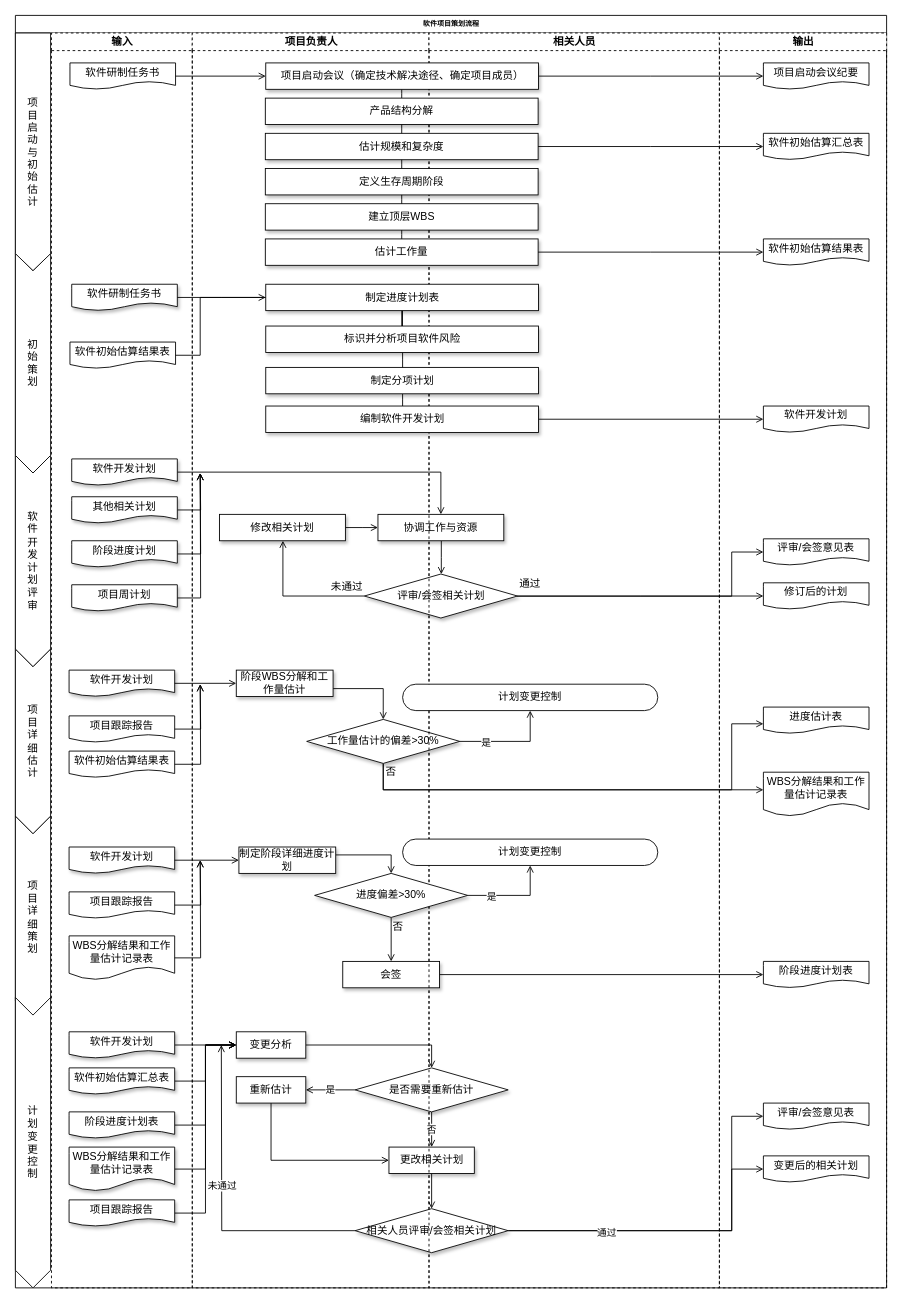
Above: 国军标5000A-文审-项目策划过程域.drawio in ColonelDarcy2018/excelsior (draw.io), before the change. Source tidied: cells renumbered, new cells numbered last; positions are measured from the earlier drawing's top-left corner, leaving out a move shared by most shapes. Both pictures are drawn from the tidied source at 88%, with x=0, y=0 at pixel (15, 15).
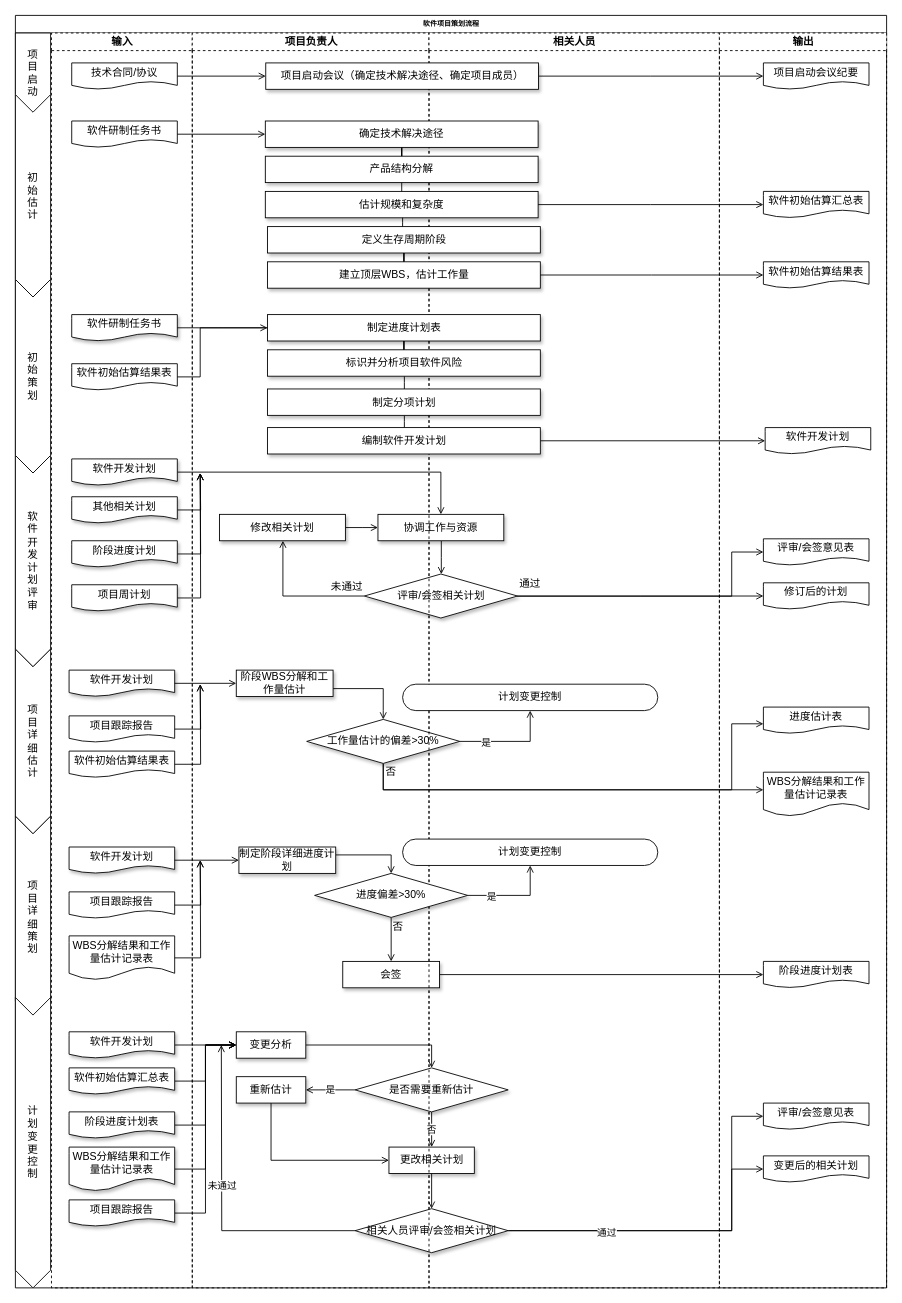
The same page after the edit.

Commit message:
Update 国军标5000A-文审-项目策划过程域.drawio

The change refers to these unchanged cells:
```xml
<mxCell id="3" style="group;" parent="2" vertex="1">
  <mxGeometry y="20" width="41" height="1426" as="geometry" />
</mxCell>
<mxCell id="19" value="输入" style="swimlane;html=1;startSize=20;dashed=1;" parent="2" vertex="1">
  <mxGeometry x="41" y="20" width="160" height="1426" as="geometry" />
</mxCell>
<mxCell id="67" value="输出" style="swimlane;html=1;startSize=20;dashed=1;" parent="2" vertex="1">
  <mxGeometry x="800" y="20" width="190" height="1426" as="geometry" />
</mxCell>
<mxCell id="84" value="项目启动会议（确定技术解决途径、确定项目成员）" style="rounded=0;whiteSpace=wrap;html=1;shadow=1;fontSize=12;" parent="1" vertex="1">
  <mxGeometry x="284.5" y="54" width="310" height="30" as="geometry" />
</mxCell>
```

The edit, as a diff of the source:
```diff
@@
     <mxCell id="6" value="初&lt;br&gt;始&lt;br&gt;策&lt;br&gt;划" style="shape=step;perimeter=stepPerimeter;whiteSpace=wrap;html=1;fixedSize=1;size=20;direction=south;" parent="3" vertex="1">
-      <mxGeometry y="250" width="40" height="250" as="geometry" />
+      <mxGeometry y="280" width="40" height="220" as="geometry" />
     </mxCell>
-    <mxCell id="7" value="项&#10;目&#10;启&#10;动&#10;与&#10;初&#10;始&#10;估&#10;计" style="shape=offPageConnector;size=0.07142857142857142;flipV=0;horizontal=1;" parent="3" vertex="1">
-      <mxGeometry width="40" height="270" as="geometry" />
+    <mxCell id="7" value="初&#10;始&#10;估&#10;计" style="shape=offPageConnector;size=0.08695652173913043;flipV=0;horizontal=1;" parent="3" vertex="1">
+      <mxGeometry y="70" width="40" height="230" as="geometry" />
     </mxCell>
@@
+    <mxCell id="128" value="项&#10;目&#10;启&#10;动" style="shape=offPageConnector;size=0.2222222222222222;flipV=0;horizontal=1;" parent="3" vertex="1">
+      <mxGeometry width="40" height="90" as="geometry" />
+    </mxCell>
@@
     <mxCell id="20" value="软件初始估算结果表" style="shape=document;whiteSpace=wrap;html=1;boundedLbl=1;fontSize=12;" parent="19" vertex="1">
-      <mxGeometry x="21" y="351.2" width="120" height="30" as="geometry" />
+      <mxGeometry x="23" y="375.8" width="120" height="30" as="geometry" />
     </mxCell>
-    <mxCell id="21" value="软件研制任务书" style="shape=document;whiteSpace=wrap;html=1;boundedLbl=1;fontSize=12;" parent="19" vertex="1">
-      <mxGeometry x="21" y="34" width="120" height="30" as="geometry" />
-    </mxCell>
@@
+    <mxCell id="129" value="技术合同/协议" style="shape=document;whiteSpace=wrap;html=1;boundedLbl=1;fontSize=12;" parent="19" vertex="1">
+      <mxGeometry x="23" y="34" width="120" height="30" as="geometry" />
+    </mxCell>
+    <mxCell id="21" value="软件研制任务书" style="shape=document;whiteSpace=wrap;html=1;boundedLbl=1;fontSize=12;" parent="19" vertex="1">
+      <mxGeometry x="23" y="100" width="120" height="30" as="geometry" />
+    </mxCell>
@@
-    <mxCell id="69" value="软件初始估算结果表" style="shape=document;whiteSpace=wrap;html=1;boundedLbl=1;fontSize=12;" parent="67" vertex="1">
-      <mxGeometry x="50" y="234" width="120" height="30" as="geometry" />
-    </mxCell>
     <mxCell id="70" value="软件开发计划" style="shape=document;whiteSpace=wrap;html=1;boundedLbl=1;fontSize=12;" parent="67" vertex="1">
-      <mxGeometry x="50" y="423.9" width="120" height="30" as="geometry" />
+      <mxGeometry x="52" y="448.4" width="120" height="30" as="geometry" />
     </mxCell>
-    <mxCell id="71" value="软件初始估算汇总表" style="shape=document;whiteSpace=wrap;html=1;boundedLbl=1;fontSize=12;" parent="67" vertex="1">
-      <mxGeometry x="50" y="114" width="120" height="30" as="geometry" />
-    </mxCell>
@@
+    <mxCell id="69" value="软件初始估算结果表" style="shape=document;whiteSpace=wrap;html=1;boundedLbl=1;fontSize=12;" parent="67" vertex="1">
+      <mxGeometry x="50" y="260" width="120" height="30" as="geometry" />
+    </mxCell>
+    <mxCell id="71" value="软件初始估算汇总表" style="shape=document;whiteSpace=wrap;html=1;boundedLbl=1;fontSize=12;" parent="67" vertex="1">
+      <mxGeometry x="50" y="180" width="120" height="30" as="geometry" />
+    </mxCell>
@@
     <mxCell id="81" value="软件研制任务书" style="shape=document;whiteSpace=wrap;html=1;boundedLbl=1;shadow=1;fontSize=12;" parent="1" vertex="1">
-      <mxGeometry x="64" y="305.5" width="120" height="30" as="geometry" />
+      <mxGeometry x="64" y="340" width="120" height="30" as="geometry" />
     </mxCell>
-    <mxCell id="82" style="edgeStyle=elbowEdgeStyle;rounded=0;jettySize=auto;html=1;endArrow=none;endFill=0;" parent="1" edge="1" source="84" target="110">
-      <mxGeometry relative="1" as="geometry" />
-    </mxCell>
@@
     <mxCell id="86" value="制定进度计划表" style="rounded=0;whiteSpace=wrap;html=1;shadow=1;fontSize=12;" parent="1" vertex="1">
-      <mxGeometry x="284.5" y="305.5" width="310" height="30" as="geometry" />
+      <mxGeometry x="286.5" y="340" width="310" height="30" as="geometry" />
     </mxCell>
@@
     <mxCell id="89" value="制定分项计划" style="rounded=0;whiteSpace=wrap;html=1;shadow=1;fontSize=12;" parent="1" vertex="1">
-      <mxGeometry x="284.5" y="400" width="310" height="30" as="geometry" />
+      <mxGeometry x="286.5" y="424.5" width="310" height="30" as="geometry" />
     </mxCell>
     <mxCell id="90" style="edgeStyle=elbowEdgeStyle;rounded=0;jettySize=auto;html=1;endArrow=open;endFill=0;" parent="1" edge="1" source="20" target="86">
       <mxGeometry relative="1" as="geometry">
         <Array as="points">
-          <mxPoint x="210" y="360" />
-          <mxPoint x="394" y="350" />
+          <mxPoint x="210" y="380" />
+          <mxPoint x="396" y="374.5" />
         </Array>
       </mxGeometry>
     </mxCell>
@@
-    <mxCell id="109" style="edgeStyle=orthogonalEdgeStyle;rounded=0;jettySize=auto;html=1;entryX=0;entryY=0.5;entryDx=0;entryDy=0;endArrow=open;endFill=0;" parent="1" edge="1" source="21" target="84">
-      <mxGeometry relative="1" as="geometry" />
-    </mxCell>
-    <mxCell id="110" value="产品结构分解" style="rounded=0;whiteSpace=wrap;html=1;shadow=1;fontSize=12;" parent="1" vertex="1">
-      <mxGeometry x="284" y="94" width="310" height="30" as="geometry" />
-    </mxCell>
-    <mxCell id="111" value="估计规模和复杂度" style="rounded=0;whiteSpace=wrap;html=1;shadow=1;fontSize=12;" parent="1" vertex="1">
-      <mxGeometry x="284" y="134" width="310" height="30" as="geometry" />
-    </mxCell>
-    <mxCell id="112" value="定义生存周期阶段" style="rounded=0;whiteSpace=wrap;html=1;shadow=1;fontSize=12;" parent="1" vertex="1">
-      <mxGeometry x="284" y="174" width="310" height="30" as="geometry" />
-    </mxCell>
-    <mxCell id="113" value="建立顶层WBS" style="rounded=0;whiteSpace=wrap;html=1;shadow=1;fontSize=12;" parent="1" vertex="1">
-      <mxGeometry x="284" y="214" width="310" height="30" as="geometry" />
-    </mxCell>
-    <mxCell id="114" value="估计工作量" style="rounded=0;whiteSpace=wrap;html=1;shadow=1;fontSize=12;" parent="1" vertex="1">
-      <mxGeometry x="284" y="254" width="310" height="30" as="geometry" />
-    </mxCell>
-    <mxCell id="115" style="edgeStyle=elbowEdgeStyle;rounded=0;jettySize=auto;html=1;endArrow=none;endFill=0;" parent="1" edge="1" source="110" target="111">
-      <mxGeometry relative="1" as="geometry" />
-    </mxCell>
-    <mxCell id="116" style="edgeStyle=elbowEdgeStyle;rounded=0;jettySize=auto;html=1;endArrow=none;endFill=0;" parent="1" edge="1" source="111" target="112">
-      <mxGeometry relative="1" as="geometry" />
-    </mxCell>
-    <mxCell id="117" style="edgeStyle=elbowEdgeStyle;rounded=0;jettySize=auto;html=1;endArrow=open;endFill=0;" parent="1" edge="1" source="111" target="71">
-      <mxGeometry relative="1" as="geometry" />
-    </mxCell>
-    <mxCell id="118" style="edgeStyle=elbowEdgeStyle;rounded=0;jettySize=auto;html=1;endArrow=none;endFill=0;" parent="1" edge="1" source="112" target="113">
-      <mxGeometry relative="1" as="geometry" />
-    </mxCell>
-    <mxCell id="119" style="edgeStyle=elbowEdgeStyle;rounded=0;jettySize=auto;html=1;endArrow=none;endFill=0;" parent="1" edge="1" source="113" target="114">
-      <mxGeometry relative="1" as="geometry" />
-    </mxCell>
-    <mxCell id="120" style="edgeStyle=elbowEdgeStyle;rounded=0;jettySize=auto;html=1;endArrow=open;endFill=0;" parent="1" edge="1" source="114" target="69">
-      <mxGeometry relative="1" as="geometry" />
-    </mxCell>
     <mxCell id="121" value="标识并分析项目软件风险" style="rounded=0;whiteSpace=wrap;html=1;shadow=1;fontSize=12;" parent="1" vertex="1">
-      <mxGeometry x="284.5" y="353" width="310" height="30" as="geometry" />
+      <mxGeometry x="286.5" y="380" width="310" height="30" as="geometry" />
     </mxCell>
@@
     <mxCell id="123" value="编制软件开发计划" style="rounded=0;whiteSpace=wrap;html=1;shadow=1;fontSize=12;" parent="1" vertex="1">
-      <mxGeometry x="284.5" y="443.9" width="310" height="30" as="geometry" />
+      <mxGeometry x="286.5" y="468.4" width="310" height="30" as="geometry" />
     </mxCell>
@@
+    <mxCell id="130" style="edgeStyle=orthogonalEdgeStyle;rounded=0;jettySize=auto;html=1;endArrow=none;endFill=0;" parent="1" edge="1" source="131" target="110">
+      <mxGeometry relative="1" as="geometry" />
+    </mxCell>
+    <mxCell id="131" value="确定技术解决途径" style="rounded=0;whiteSpace=wrap;html=1;shadow=1;fontSize=12;" parent="1" vertex="1">
+      <mxGeometry x="284" y="120" width="310" height="30" as="geometry" />
+    </mxCell>
+    <mxCell id="132" style="edgeStyle=orthogonalEdgeStyle;rounded=0;jettySize=auto;html=1;entryX=0;entryY=0.5;entryDx=0;entryDy=0;endArrow=open;endFill=0;" parent="1" edge="1" source="21" target="131">
+      <mxGeometry relative="1" as="geometry" />
+    </mxCell>
+    <mxCell id="110" value="产品结构分解" style="rounded=0;whiteSpace=wrap;html=1;shadow=1;fontSize=12;" parent="1" vertex="1">
+      <mxGeometry x="284" y="160" width="310" height="30" as="geometry" />
+    </mxCell>
+    <mxCell id="111" value="估计规模和复杂度" style="rounded=0;whiteSpace=wrap;html=1;shadow=1;fontSize=12;" parent="1" vertex="1">
+      <mxGeometry x="284" y="200" width="310" height="30" as="geometry" />
+    </mxCell>
+    <mxCell id="133" style="edgeStyle=orthogonalEdgeStyle;rounded=0;jettySize=auto;html=1;endArrow=none;endFill=0;" parent="1" edge="1" source="112" target="114">
+      <mxGeometry relative="1" as="geometry" />
+    </mxCell>
+    <mxCell id="112" value="定义生存周期阶段" style="rounded=0;whiteSpace=wrap;html=1;shadow=1;fontSize=12;" parent="1" vertex="1">
+      <mxGeometry x="286.5" y="240" width="310" height="30" as="geometry" />
+    </mxCell>
+    <mxCell id="114" value="建立顶层WBS，估计工作量" style="rounded=0;whiteSpace=wrap;html=1;shadow=1;fontSize=12;" parent="1" vertex="1">
+      <mxGeometry x="286.5" y="280" width="310" height="30" as="geometry" />
+    </mxCell>
+    <mxCell id="115" style="edgeStyle=elbowEdgeStyle;rounded=0;jettySize=auto;html=1;endArrow=none;endFill=0;" parent="1" edge="1" source="110" target="111">
+      <mxGeometry relative="1" as="geometry" />
+    </mxCell>
+    <mxCell id="116" style="edgeStyle=elbowEdgeStyle;rounded=0;jettySize=auto;html=1;endArrow=none;endFill=0;" parent="1" edge="1" source="111" target="112">
+      <mxGeometry relative="1" as="geometry" />
+    </mxCell>
+    <mxCell id="117" style="edgeStyle=elbowEdgeStyle;rounded=0;jettySize=auto;html=1;endArrow=open;endFill=0;" parent="1" edge="1" source="111" target="71">
+      <mxGeometry relative="1" as="geometry" />
+    </mxCell>
+    <mxCell id="120" style="edgeStyle=elbowEdgeStyle;rounded=0;jettySize=auto;html=1;endArrow=open;endFill=0;" parent="1" edge="1" source="114" target="69">
+      <mxGeometry relative="1" as="geometry" />
+    </mxCell>
+    <mxCell id="134" style="edgeStyle=orthogonalEdgeStyle;rounded=0;jettySize=auto;html=1;entryX=0;entryY=0.5;entryDx=0;entryDy=0;endArrow=open;endFill=0;" parent="1" edge="1" source="129" target="84">
+      <mxGeometry relative="1" as="geometry" />
+    </mxCell>
```
